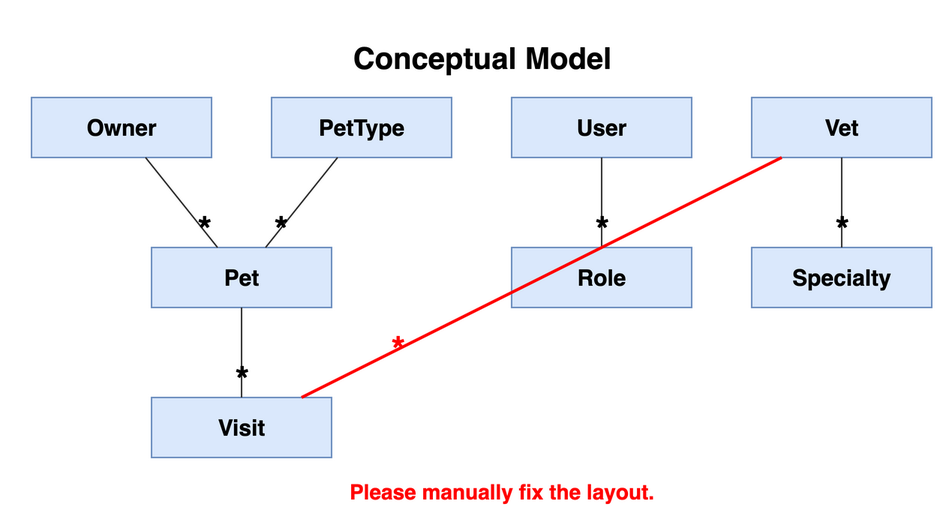
Before: petclinic-backend/docs/ConceptualModel.drawio.png, a diagram exported from draw.io (victorrentea/petclinic). Source tidied: cells renumbered, new cells last; positions are measured from the earlier drawing's top-left corner, leaving out a move shared by most shapes.
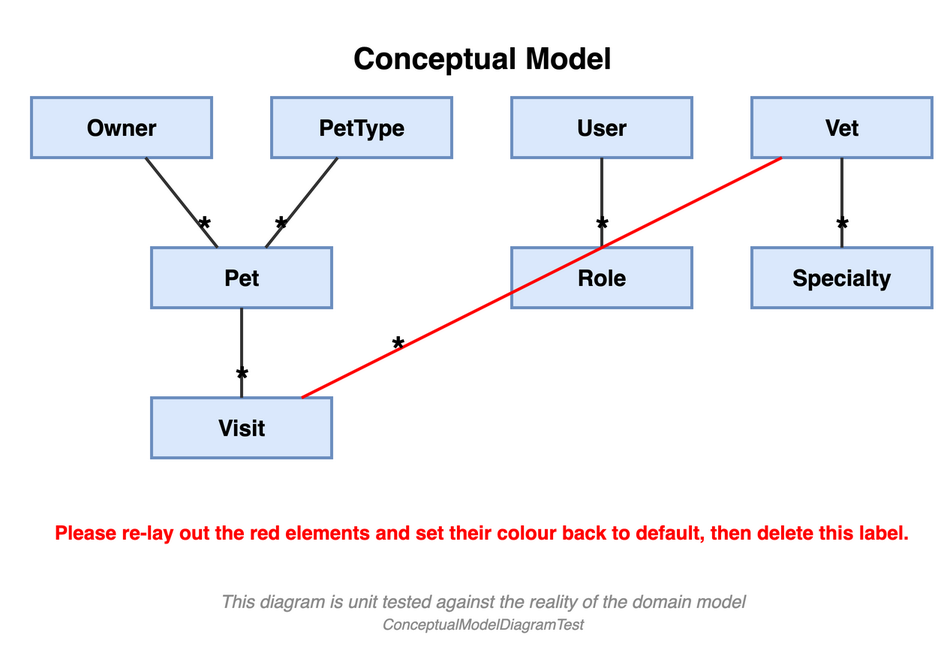
The same diagram one commit later.

Commit message:
Carry main's drawing conventions onto this branch's map

Change to the diagram source:
```diff
@@ -5,55 +5,55 @@
     <mxCell id="2" value="Conceptual Model" style="text;html=1;fontSize=20;fontStyle=1;align=center;" parent="1" vertex="1">
       <mxGeometry x="110" width="380" height="30" as="geometry" />
     </mxCell>
-    <mxCell id="3" value="Owner" style="rounded=0;whiteSpace=wrap;html=1;fillColor=#dae8fc;strokeColor=#6c8ebf;fontSize=15;fontStyle=1;" parent="1" vertex="1">
+    <mxCell id="3" value="Owner" style="rounded=0;whiteSpace=wrap;html=1;fillColor=#dae8fc;strokeColor=#6c8ebf;fontSize=15;fontStyle=1;strokeWidth=2;" parent="1" vertex="1">
       <mxGeometry y="45" width="120" height="40" as="geometry" />
     </mxCell>
-    <mxCell id="4" value="PetType" style="rounded=0;whiteSpace=wrap;html=1;fillColor=#dae8fc;strokeColor=#6c8ebf;fontSize=15;fontStyle=1;" parent="1" vertex="1">
+    <mxCell id="4" value="PetType" style="rounded=0;whiteSpace=wrap;html=1;fillColor=#dae8fc;strokeColor=#6c8ebf;fontSize=15;fontStyle=1;strokeWidth=2;" parent="1" vertex="1">
       <mxGeometry x="160" y="45" width="120" height="40" as="geometry" />
     </mxCell>
-    <mxCell id="5" value="User" style="rounded=0;whiteSpace=wrap;html=1;fillColor=#dae8fc;strokeColor=#6c8ebf;fontSize=15;fontStyle=1;" parent="1" vertex="1">
+    <mxCell id="5" value="User" style="rounded=0;whiteSpace=wrap;html=1;fillColor=#dae8fc;strokeColor=#6c8ebf;fontSize=15;fontStyle=1;strokeWidth=2;" parent="1" vertex="1">
       <mxGeometry x="320" y="45" width="120" height="40" as="geometry" />
     </mxCell>
-    <mxCell id="6" value="Vet" style="rounded=0;whiteSpace=wrap;html=1;fillColor=#dae8fc;strokeColor=#6c8ebf;fontSize=15;fontStyle=1;" parent="1" vertex="1">
+    <mxCell id="6" value="Vet" style="rounded=0;whiteSpace=wrap;html=1;fillColor=#dae8fc;strokeColor=#6c8ebf;fontSize=15;fontStyle=1;strokeWidth=2;" parent="1" vertex="1">
       <mxGeometry x="480" y="45" width="120" height="40" as="geometry" />
     </mxCell>
-    <mxCell id="7" value="Pet" style="rounded=0;whiteSpace=wrap;html=1;fillColor=#dae8fc;strokeColor=#6c8ebf;fontSize=15;fontStyle=1;" parent="1" vertex="1">
+    <mxCell id="7" value="Pet" style="rounded=0;whiteSpace=wrap;html=1;fillColor=#dae8fc;strokeColor=#6c8ebf;fontSize=15;fontStyle=1;strokeWidth=2;" parent="1" vertex="1">
       <mxGeometry x="80" y="145" width="120" height="40" as="geometry" />
     </mxCell>
-    <mxCell id="8" value="Role" style="rounded=0;whiteSpace=wrap;html=1;fillColor=#dae8fc;strokeColor=#6c8ebf;fontSize=15;fontStyle=1;" parent="1" vertex="1">
+    <mxCell id="8" value="Role" style="rounded=0;whiteSpace=wrap;html=1;fillColor=#dae8fc;strokeColor=#6c8ebf;fontSize=15;fontStyle=1;strokeWidth=2;" parent="1" vertex="1">
       <mxGeometry x="320" y="145" width="120" height="40" as="geometry" />
     </mxCell>
-    <mxCell id="9" value="Specialty" style="rounded=0;whiteSpace=wrap;html=1;fillColor=#dae8fc;strokeColor=#6c8ebf;fontSize=15;fontStyle=1;" parent="1" vertex="1">
+    <mxCell id="9" value="Specialty" style="rounded=0;whiteSpace=wrap;html=1;fillColor=#dae8fc;strokeColor=#6c8ebf;fontSize=15;fontStyle=1;strokeWidth=2;" parent="1" vertex="1">
       <mxGeometry x="480" y="145" width="120" height="40" as="geometry" />
     </mxCell>
-    <mxCell id="10" value="Visit" style="rounded=0;whiteSpace=wrap;html=1;fillColor=#dae8fc;strokeColor=#6c8ebf;fontSize=15;fontStyle=1;" parent="1" vertex="1">
+    <mxCell id="10" value="Visit" style="rounded=0;whiteSpace=wrap;html=1;fillColor=#dae8fc;strokeColor=#6c8ebf;fontSize=15;fontStyle=1;strokeWidth=2;" parent="1" vertex="1">
       <mxGeometry x="80" y="245" width="120" height="40" as="geometry" />
     </mxCell>
-    <mxCell id="11" style="endArrow=none;html=1;strokeColor=#333333;fontSize=12;" parent="1" edge="1" source="3" target="7">
+    <mxCell id="11" style="endArrow=none;html=1;strokeColor=#333333;fontSize=12;strokeWidth=2;" parent="1" edge="1" source="3" target="7">
       <mxGeometry relative="1" as="geometry" />
     </mxCell>
     <mxCell id="12" value="*" style="edgeLabel;html=1;align=center;verticalAlign=middle;fontSize=24;fontStyle=1;labelBackgroundColor=none;" parent="11" vertex="1">
       <mxGeometry x="0.6" relative="1" as="geometry" />
     </mxCell>
-    <mxCell id="13" style="endArrow=none;html=1;strokeColor=#333333;fontSize=12;" parent="1" edge="1" source="4" target="7">
+    <mxCell id="13" style="endArrow=none;html=1;strokeColor=#333333;fontSize=12;strokeWidth=2;" parent="1" edge="1" source="4" target="7">
       <mxGeometry relative="1" as="geometry" />
     </mxCell>
     <mxCell id="14" value="*" style="edgeLabel;html=1;align=center;verticalAlign=middle;fontSize=24;fontStyle=1;labelBackgroundColor=none;" parent="13" vertex="1">
       <mxGeometry x="0.6" relative="1" as="geometry" />
     </mxCell>
-    <mxCell id="15" style="endArrow=none;html=1;strokeColor=#333333;fontSize=12;" parent="1" edge="1" source="7" target="10">
+    <mxCell id="15" style="endArrow=none;html=1;strokeColor=#333333;fontSize=12;strokeWidth=2;" parent="1" edge="1" source="7" target="10">
       <mxGeometry relative="1" as="geometry" />
     </mxCell>
     <mxCell id="16" value="*" style="edgeLabel;html=1;align=center;verticalAlign=middle;fontSize=24;fontStyle=1;labelBackgroundColor=none;" parent="15" vertex="1">
       <mxGeometry x="0.6" relative="1" as="geometry" />
     </mxCell>
-    <mxCell id="17" style="endArrow=none;html=1;strokeColor=#333333;fontSize=12;" parent="1" edge="1" source="5" target="8">
+    <mxCell id="17" style="endArrow=none;html=1;strokeColor=#333333;fontSize=12;strokeWidth=2;" parent="1" edge="1" source="5" target="8">
       <mxGeometry relative="1" as="geometry" />
     </mxCell>
     <mxCell id="18" value="*" style="edgeLabel;html=1;align=center;verticalAlign=middle;fontSize=24;fontStyle=1;labelBackgroundColor=none;" parent="17" vertex="1">
       <mxGeometry x="0.6" relative="1" as="geometry" />
     </mxCell>
-    <mxCell id="19" style="endArrow=none;html=1;strokeColor=#333333;fontSize=12;" parent="1" edge="1" source="6" target="9">
+    <mxCell id="19" style="endArrow=none;html=1;strokeColor=#333333;fontSize=12;strokeWidth=2;" parent="1" edge="1" source="6" target="9">
       <mxGeometry relative="1" as="geometry" />
     </mxCell>
     <mxCell id="20" value="*" style="edgeLabel;html=1;align=center;verticalAlign=middle;fontSize=24;fontStyle=1;labelBackgroundColor=none;" parent="19" vertex="1">
@@ -62,11 +62,14 @@
     <mxCell id="21" style="endArrow=none;html=1;strokeColor=#FF0000;strokeWidth=2;fontSize=12;" parent="1" edge="1" source="6" target="10">
       <mxGeometry relative="1" as="geometry" />
     </mxCell>
-    <mxCell id="22" value="*" style="edgeLabel;html=1;align=center;verticalAlign=middle;fontSize=24;fontStyle=1;labelBackgroundColor=none;fontColor=#FF0000;" parent="21" vertex="1">
+    <mxCell id="22" value="*" style="edgeLabel;html=1;align=center;verticalAlign=middle;fontSize=24;fontStyle=1;labelBackgroundColor=none;" parent="21" vertex="1">
       <mxGeometry x="0.6" relative="1" as="geometry" />
     </mxCell>
-    <mxCell id="23" value="Please manually fix the layout." style="text;html=1;fontSize=14;fontStyle=1;align=left;verticalAlign=middle;fontColor=#FF0000;" parent="1" vertex="1">
-      <mxGeometry x="210" y="295" width="300" height="26" as="geometry" />
+    <mxCell id="23" value="Please re-lay out the red elements and set their colour back to default, then delete this label." style="text;html=1;whiteSpace=wrap;align=center;verticalAlign=middle;fontSize=13;fontStyle=1;fontColor=#FF0000;" parent="1" vertex="1">
+      <mxGeometry y="320" width="600" height="30" as="geometry" />
     </mxCell>
+    <mxCell id="24" value="This diagram is unit tested against the reality of the domain model&lt;br&gt;&lt;font style=&quot;font-size: 10px&quot;&gt;ConceptualModelDiagramTest&lt;/font&gt;" style="text;html=1;fontSize=12;fontStyle=2;align=center;verticalAlign=middle;fontColor=#8C8C8C;" parent="1" vertex="1">
+      <mxGeometry y="370" width="600" height="36" as="geometry" />
+    </mxCell>
   </root>
 </mxGraphModel>
```
